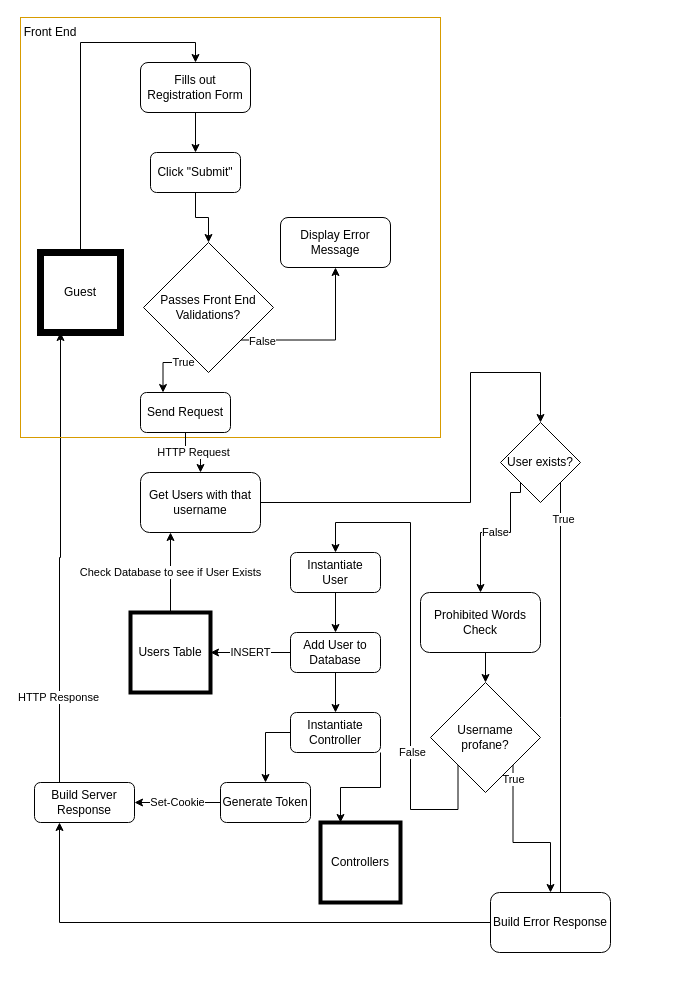
Before: dynamic state charts/REGISTER.drawio in comment-anything/Specifications, a draw.io diagram. Source tidied: cells renumbered, new cells numbered last; positions are measured from the earlier drawing's top-left corner, leaving out a move shared by most shapes. Both pictures are drawn from the tidied source at 100%, with x=0, y=0 at pixel (20, 17).
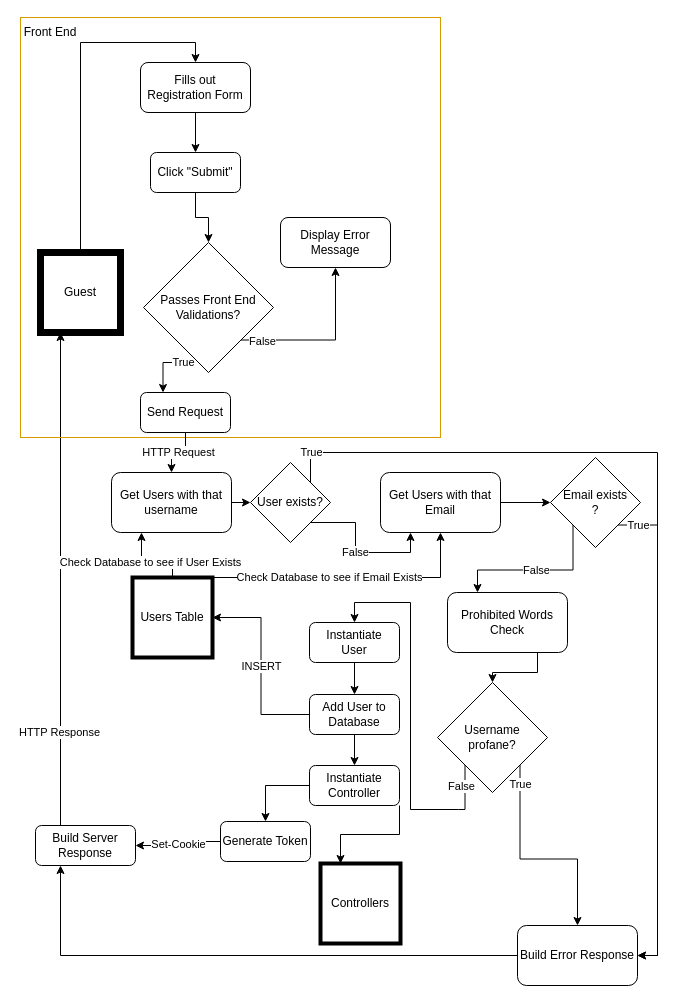
The same page after the edit.

Commit message (it also covers changes not shown here):
additional diagrams, improved register, started caching ents

The edit, as a diff of the source:
```diff
@@
-    <mxCell id="8" style="edgeStyle=orthogonalEdgeStyle;rounded=0;jettySize=auto;html=1;exitX=1;exitY=0.5;exitDx=0;exitDy=0;entryX=0.5;entryY=0;entryDx=0;entryDy=0;" parent="1" edge="1" source="9" target="20">
-      <mxGeometry relative="1" as="geometry">
-        <Array as="points">
-          <mxPoint x="450" y="485" />
-          <mxPoint x="450" y="355" />
-          <mxPoint x="520" y="355" />
-        </Array>
-      </mxGeometry>
+    <mxCell id="8" style="edgeStyle=orthogonalEdgeStyle;rounded=0;jettySize=auto;html=1;exitX=1;exitY=0.5;exitDx=0;exitDy=0;entryX=0;entryY=0.5;entryDx=0;entryDy=0;" parent="1" edge="1" source="9" target="20">
+      <mxGeometry relative="1" as="geometry" />
     </mxCell>
     <mxCell id="9" value="Get Users with that username" style="rounded=1;whiteSpace=wrap;html=1;strokeWidth=1;" parent="1" vertex="1">
-      <mxGeometry x="120" y="455" width="120" height="60" as="geometry" />
+      <mxGeometry x="91" y="455" width="120" height="60" as="geometry" />
     </mxCell>
@@
     <mxCell id="12" value="Add User to Database" style="rounded=1;whiteSpace=wrap;html=1;strokeWidth=1;" parent="1" vertex="1">
-      <mxGeometry x="270" y="615" width="90" height="40" as="geometry" />
+      <mxGeometry x="289" y="677" width="90" height="40" as="geometry" />
     </mxCell>
@@
     <mxCell id="15" value="Build Server Response" style="rounded=1;whiteSpace=wrap;html=1;strokeWidth=1;" parent="1" vertex="1">
-      <mxGeometry x="14" y="765" width="100" height="40" as="geometry" />
+      <mxGeometry x="15" y="808" width="100" height="40" as="geometry" />
     </mxCell>
     <mxCell id="16" value="Check Database to see if User Exists" style="edgeStyle=orthogonalEdgeStyle;rounded=0;jettySize=auto;html=1;exitX=0.5;exitY=0;exitDx=0;exitDy=0;entryX=0.25;entryY=1;entryDx=0;entryDy=0;" parent="1" edge="1" source="17" target="9">
-      <mxGeometry relative="1" as="geometry" />
+      <mxGeometry x="-0.03" relative="1" as="geometry">
+        <Array as="points">
+          <mxPoint x="152" y="545" />
+          <mxPoint x="121" y="545" />
+        </Array>
+      </mxGeometry>
     </mxCell>
+    <mxCell id="48" value="Check Database to see if Email Exists" style="edgeStyle=orthogonalEdgeStyle;rounded=0;jettySize=auto;html=1;exitX=1;exitY=0;exitDx=0;exitDy=0;entryX=0.5;entryY=1;entryDx=0;entryDy=0;" parent="1" edge="1" source="17" target="52">
+      <mxGeometry x="-0.14" relative="1" as="geometry">
+        <Array as="points">
+          <mxPoint x="420" y="560" />
+        </Array>
+      </mxGeometry>
+    </mxCell>
     <mxCell id="17" value="Users Table" style="whiteSpace=wrap;html=1;strokeWidth=4;" parent="1" vertex="1">
-      <mxGeometry x="110" y="595" width="80" height="80" as="geometry" />
+      <mxGeometry x="112" y="560" width="80" height="80" as="geometry" />
     </mxCell>
-    <mxCell id="18" style="edgeStyle=orthogonalEdgeStyle;rounded=0;jettySize=auto;html=1;exitX=1;exitY=1;exitDx=0;exitDy=0;" parent="1" edge="1" source="20">
-      <mxGeometry relative="1" as="geometry">
-        <mxPoint x="540" y="915" as="targetPoint" />
-      </mxGeometry>
-    </mxCell>
-    <mxCell id="19" value="True" style="edgeLabel;html=1;align=center;verticalAlign=middle;" parent="18" vertex="1">
-      <mxGeometry x="-0.84" y="2" relative="1" as="geometry" />
-    </mxCell>
+    <mxCell id="49" value="False" style="edgeStyle=orthogonalEdgeStyle;rounded=0;jettySize=auto;html=1;exitX=1;exitY=1;exitDx=0;exitDy=0;entryX=0.25;entryY=1;entryDx=0;entryDy=0;" parent="1" edge="1" source="20" target="52">
+      <mxGeometry relative="1" as="geometry" />
+    </mxCell>
+    <mxCell id="50" value="True" style="edgeStyle=orthogonalEdgeStyle;rounded=0;jettySize=auto;html=1;exitX=1;exitY=0;exitDx=0;exitDy=0;entryX=1;entryY=0.5;entryDx=0;entryDy=0;" parent="1" edge="1" source="20" target="22">
+      <mxGeometry x="-0.93" relative="1" as="geometry">
+        <Array as="points">
+          <mxPoint x="290" y="435" />
+          <mxPoint x="637" y="435" />
+          <mxPoint x="637" y="938" />
+        </Array>
+      </mxGeometry>
+    </mxCell>
     <mxCell id="20" value="User exists?" style="rhombus;whiteSpace=wrap;html=1;strokeWidth=1;" parent="1" vertex="1">
-      <mxGeometry x="480" y="405" width="80" height="80" as="geometry" />
+      <mxGeometry x="230" y="445" width="80" height="80" as="geometry" />
     </mxCell>
@@
     <mxCell id="22" value="Build Error Response" style="rounded=1;whiteSpace=wrap;html=1;strokeWidth=1;" parent="1" vertex="1">
-      <mxGeometry x="470" y="875" width="120" height="60" as="geometry" />
+      <mxGeometry x="497" y="908" width="120" height="60" as="geometry" />
     </mxCell>
-    <mxCell id="23" value="False" style="edgeStyle=orthogonalEdgeStyle;rounded=0;jettySize=auto;html=1;exitX=0;exitY=1;exitDx=0;exitDy=0;entryX=0.5;entryY=0;entryDx=0;entryDy=0;" parent="1" edge="1" source="20" target="30">
-      <mxGeometry relative="1" as="geometry">
-        <Array as="points">
-          <mxPoint x="500" y="475" />
-          <mxPoint x="490" y="475" />
-          <mxPoint x="490" y="515" />
-          <mxPoint x="460" y="515" />
-        </Array>
-      </mxGeometry>
-    </mxCell>
     <mxCell id="24" style="edgeStyle=orthogonalEdgeStyle;rounded=0;jettySize=auto;html=1;exitX=0;exitY=1;exitDx=0;exitDy=0;entryX=0.5;entryY=0;entryDx=0;entryDy=0;" parent="1" edge="1" source="28" target="44">
       <mxGeometry relative="1" as="geometry">
         <Array as="points">
           <mxPoint x="438" y="792" />
           <mxPoint x="390" y="792" />
-          <mxPoint x="390" y="505" />
-          <mxPoint x="315" y="505" />
+          <mxPoint x="390" y="585" />
+          <mxPoint x="315" y="585" />
         </Array>
       </mxGeometry>
     </mxCell>
     <mxCell id="25" value="False" style="edgeLabel;html=1;align=center;verticalAlign=middle;" parent="24" vertex="1">
-      <mxGeometry x="-0.38" y="-1" relative="1" as="geometry" />
+      <mxGeometry x="-0.38" y="-1" relative="1" as="geometry">
+        <mxPoint x="49" y="-5" as="offset" />
+      </mxGeometry>
     </mxCell>
@@
     <mxCell id="28" value="Username &lt;br&gt;profane?" style="rhombus;whiteSpace=wrap;html=1;strokeWidth=1;" parent="1" vertex="1">
-      <mxGeometry x="410" y="665" width="110" height="110" as="geometry" />
+      <mxGeometry x="417" y="665" width="110" height="110" as="geometry" />
     </mxCell>
@@
     <mxCell id="30" value="Prohibited Words Check" style="rounded=1;whiteSpace=wrap;html=1;strokeWidth=1;" parent="1" vertex="1">
-      <mxGeometry x="400" y="575" width="120" height="60" as="geometry" />
+      <mxGeometry x="427" y="575" width="120" height="60" as="geometry" />
     </mxCell>
@@
     <mxCell id="41" value="Generate Token" style="rounded=1;whiteSpace=wrap;html=1;strokeWidth=1;" parent="1" vertex="1">
-      <mxGeometry x="200" y="765" width="90" height="40" as="geometry" />
+      <mxGeometry x="200" y="804" width="90" height="40" as="geometry" />
     </mxCell>
     <mxCell id="42" value="Controllers" style="whiteSpace=wrap;html=1;strokeWidth=4;" parent="1" vertex="1">
-      <mxGeometry x="300" y="805" width="80" height="80" as="geometry" />
+      <mxGeometry x="300" y="846" width="80" height="80" as="geometry" />
     </mxCell>
@@
     <mxCell id="44" value="Instantiate&lt;br&gt;User" style="rounded=1;whiteSpace=wrap;html=1;strokeWidth=1;" parent="1" vertex="1">
-      <mxGeometry x="270" y="535" width="90" height="40" as="geometry" />
+      <mxGeometry x="289" y="605" width="90" height="40" as="geometry" />
     </mxCell>
@@
     <mxCell id="47" value="Instantiate&lt;br&gt;Controller" style="rounded=1;whiteSpace=wrap;html=1;strokeWidth=1;" parent="1" vertex="1">
-      <mxGeometry x="270" y="695" width="90" height="40" as="geometry" />
+      <mxGeometry x="289" y="748" width="90" height="40" as="geometry" />
     </mxCell>
+    <mxCell id="51" style="edgeStyle=orthogonalEdgeStyle;rounded=0;jettySize=auto;html=1;exitX=1;exitY=0.5;exitDx=0;exitDy=0;entryX=0;entryY=0.5;entryDx=0;entryDy=0;" parent="1" edge="1" source="52" target="55">
+      <mxGeometry relative="1" as="geometry" />
+    </mxCell>
+    <mxCell id="52" value="Get Users with that Email" style="rounded=1;whiteSpace=wrap;html=1;strokeWidth=1;" parent="1" vertex="1">
+      <mxGeometry x="360" y="455" width="120" height="60" as="geometry" />
+    </mxCell>
+    <mxCell id="53" value="False" style="edgeStyle=orthogonalEdgeStyle;rounded=0;jettySize=auto;html=1;exitX=0;exitY=1;exitDx=0;exitDy=0;entryX=0.25;entryY=0;entryDx=0;entryDy=0;" parent="1" edge="1" source="55" target="30">
+      <mxGeometry relative="1" as="geometry" />
+    </mxCell>
+    <mxCell id="54" value="True" style="edgeStyle=orthogonalEdgeStyle;rounded=0;jettySize=auto;html=1;exitX=1;exitY=1;exitDx=0;exitDy=0;entryX=1;entryY=0.5;entryDx=0;entryDy=0;" parent="1" edge="1" source="55" target="22">
+      <mxGeometry x="-0.92" relative="1" as="geometry">
+        <Array as="points">
+          <mxPoint x="637" y="508" />
+          <mxPoint x="637" y="938" />
+        </Array>
+      </mxGeometry>
+    </mxCell>
+    <mxCell id="55" value="Email exists&lt;br&gt;?" style="rhombus;whiteSpace=wrap;html=1;strokeWidth=1;" parent="1" vertex="1">
+      <mxGeometry x="530" y="440" width="90" height="90" as="geometry" />
+    </mxCell>
```
